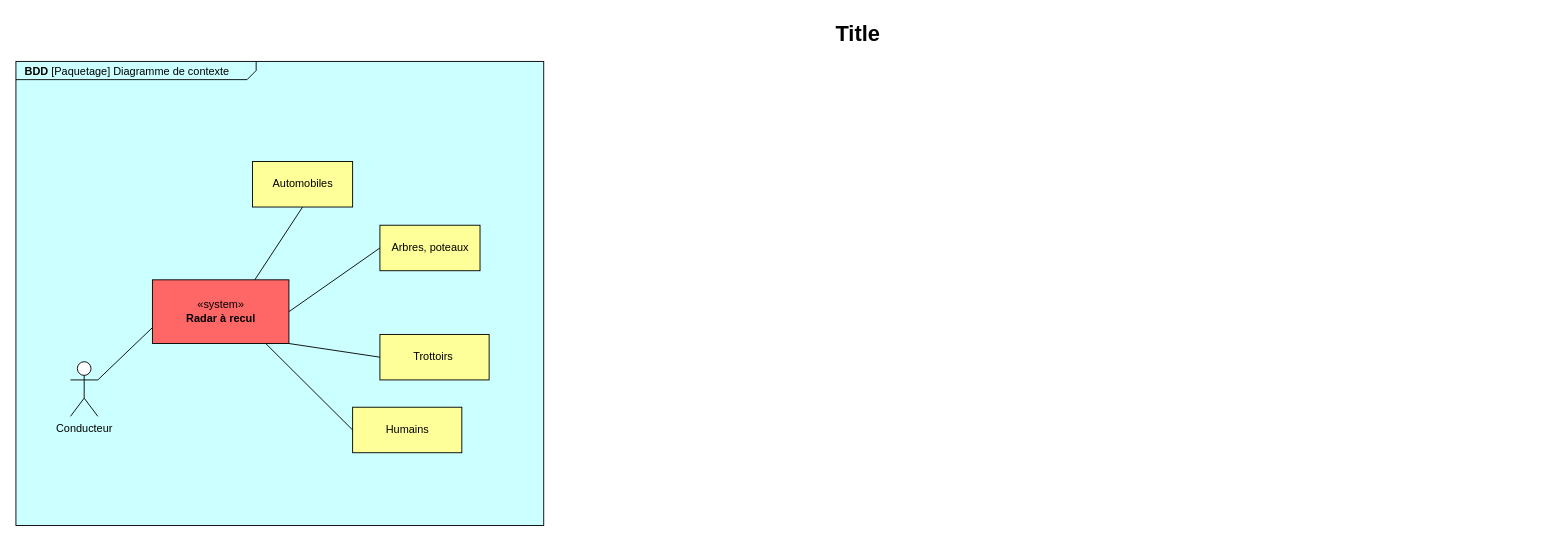
DavidCretois/Radar-recul keeps this draw.io diagram as Untitled Diagram.drawio. Above is the earlier version. Source tidied: cells renumbered, new cells numbered last; positions are measured from the earlier drawing's top-left corner, leaving out a move shared by most shapes. Both pictures are drawn from the tidied source at 91%, with x=0, y=0 at pixel (15, 15).
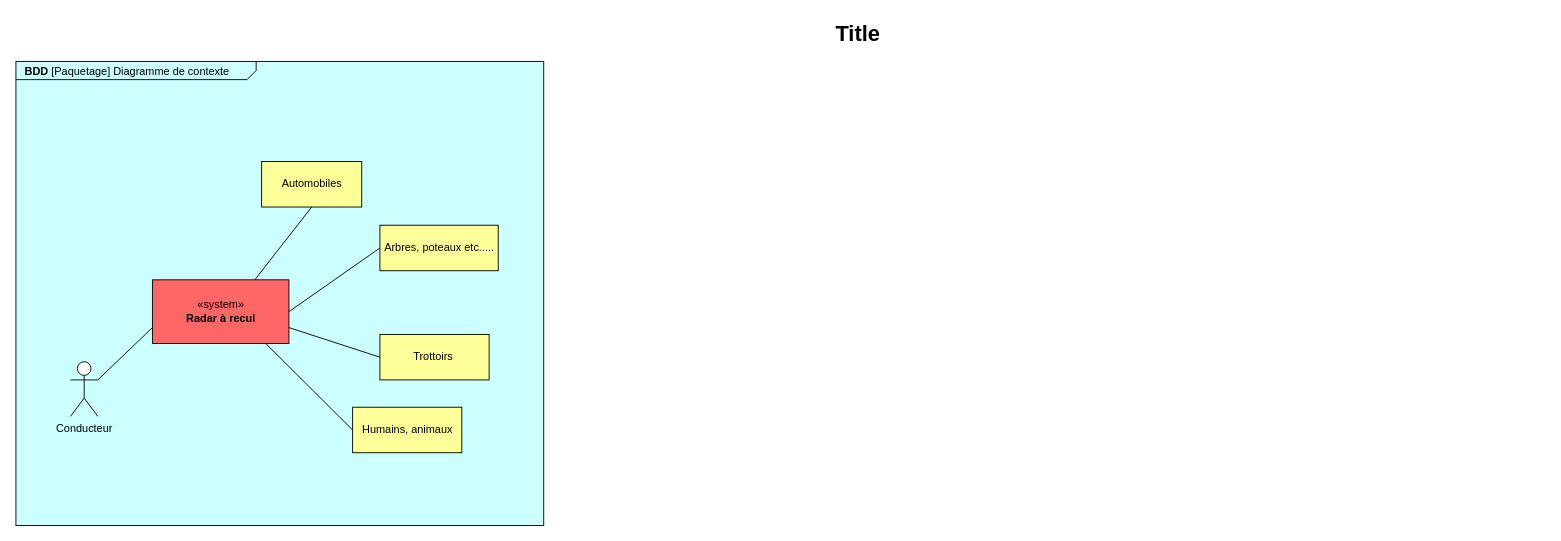
The same page after the edit.

Commit message:
Diagramme de contexte

Change to the diagram source:
```diff
@@
 <mxGraphModel>
   <root>
     <mxCell id="0" />
     <mxCell id="1" parent="0" />
     <mxCell id="2" value="&lt;p style=&quot;margin: 0px ; margin-top: 4px ; margin-left: 10px ; text-align: left&quot;&gt;&lt;b&gt;BDD&amp;nbsp;&lt;/b&gt;[Paquetage] Diagramme de contexte&amp;nbsp;&lt;/p&gt;" style="html=1;strokeWidth=1;shape=mxgraph.sysml.package;html=1;overflow=fill;whiteSpace=wrap;fillColor=#CCFFFF;gradientColor=none;fontSize=12;align=center;labelX=264;" parent="1" vertex="1">
       <mxGeometry y="50" width="580" height="510" as="geometry" />
     </mxCell>
     <mxCell id="3" value="Title" style="text;strokeColor=none;fillColor=none;html=1;fontSize=24;fontStyle=1;verticalAlign=middle;align=center;" parent="1" vertex="1">
       <mxGeometry x="170" width="1510" height="40" as="geometry" />
     </mxCell>
     <mxCell id="4" value="Conducteur" style="shape=umlActor;verticalLabelPosition=bottom;verticalAlign=top;html=1;outlineConnect=0;" parent="1" vertex="1">
       <mxGeometry x="60" y="380" width="30" height="60" as="geometry" />
     </mxCell>
     <mxCell id="5" value="«system»&lt;br&gt;&lt;b&gt;Radar à recul&lt;/b&gt;" style="html=1;fillColor=#FF6666;" parent="1" vertex="1">
       <mxGeometry x="150" y="290" width="150" height="70" as="geometry" />
     </mxCell>
     <mxCell id="6" style="endArrow=none;html=1;entryX=1;entryY=0.3333333333333333;entryDx=0;entryDy=0;entryPerimeter=0;exitX=0;exitY=0.75;exitDx=0;exitDy=0;" parent="1" edge="1" source="5" target="4">
       <mxGeometry relative="1" as="geometry" />
     </mxCell>
     <mxCell id="7" value="Automobiles" style="html=1;fillColor=#FFFF99;" parent="1" vertex="1">
-      <mxGeometry x="260" y="160" width="110" height="50" as="geometry" />
+      <mxGeometry x="270" y="160" width="110" height="50" as="geometry" />
     </mxCell>
-    <mxCell id="8" value="Arbres, poteaux" style="html=1;fillColor=#FFFF99;" parent="1" vertex="1">
-      <mxGeometry x="400" y="230" width="110" height="50" as="geometry" />
+    <mxCell id="8" value="Arbres, poteaux etc....." style="html=1;fillColor=#FFFF99;" parent="1" vertex="1">
+      <mxGeometry x="400" y="230" width="130" height="50" as="geometry" />
     </mxCell>
     <mxCell id="9" value="Trottoirs&amp;nbsp;" style="html=1;fillColor=#FFFF99;" parent="1" vertex="1">
       <mxGeometry x="400" y="350" width="120" height="50" as="geometry" />
     </mxCell>
     <mxCell id="10" style="endArrow=none;html=1;entryX=0.5;entryY=1;entryDx=0;entryDy=0;exitX=0.75;exitY=0;exitDx=0;exitDy=0;" parent="1" edge="1" source="5" target="7">
       <mxGeometry relative="1" as="geometry" />
     </mxCell>
     <mxCell id="11" style="endArrow=none;html=1;entryX=0;entryY=0.5;entryDx=0;entryDy=0;exitX=1;exitY=0.5;exitDx=0;exitDy=0;" parent="1" edge="1" source="5" target="8">
       <mxGeometry relative="1" as="geometry" />
     </mxCell>
-    <mxCell id="12" style="endArrow=none;html=1;exitX=1;exitY=1;exitDx=0;exitDy=0;entryX=0;entryY=0.5;entryDx=0;entryDy=0;" parent="1" edge="1" source="5" target="9">
+    <mxCell id="12" style="endArrow=none;html=1;exitX=1;exitY=0.75;exitDx=0;exitDy=0;entryX=0;entryY=0.5;entryDx=0;entryDy=0;" parent="1" edge="1" source="5" target="9">
       <mxGeometry relative="1" as="geometry" />
     </mxCell>
-    <mxCell id="13" value="Humains" style="html=1;fillColor=#FFFF99;" parent="1" vertex="1">
+    <mxCell id="13" value="Humains, animaux" style="html=1;fillColor=#FFFF99;" parent="1" vertex="1">
       <mxGeometry x="370" y="430" width="120" height="50" as="geometry" />
     </mxCell>
     <mxCell id="14" style="endArrow=none;html=1;exitX=0.83;exitY=1;exitDx=0;exitDy=0;exitPerimeter=0;entryX=0;entryY=0.5;entryDx=0;entryDy=0;" parent="1" edge="1" source="5" target="13">
       <mxGeometry relative="1" as="geometry" />
     </mxCell>
   </root>
 </mxGraphModel>
```
